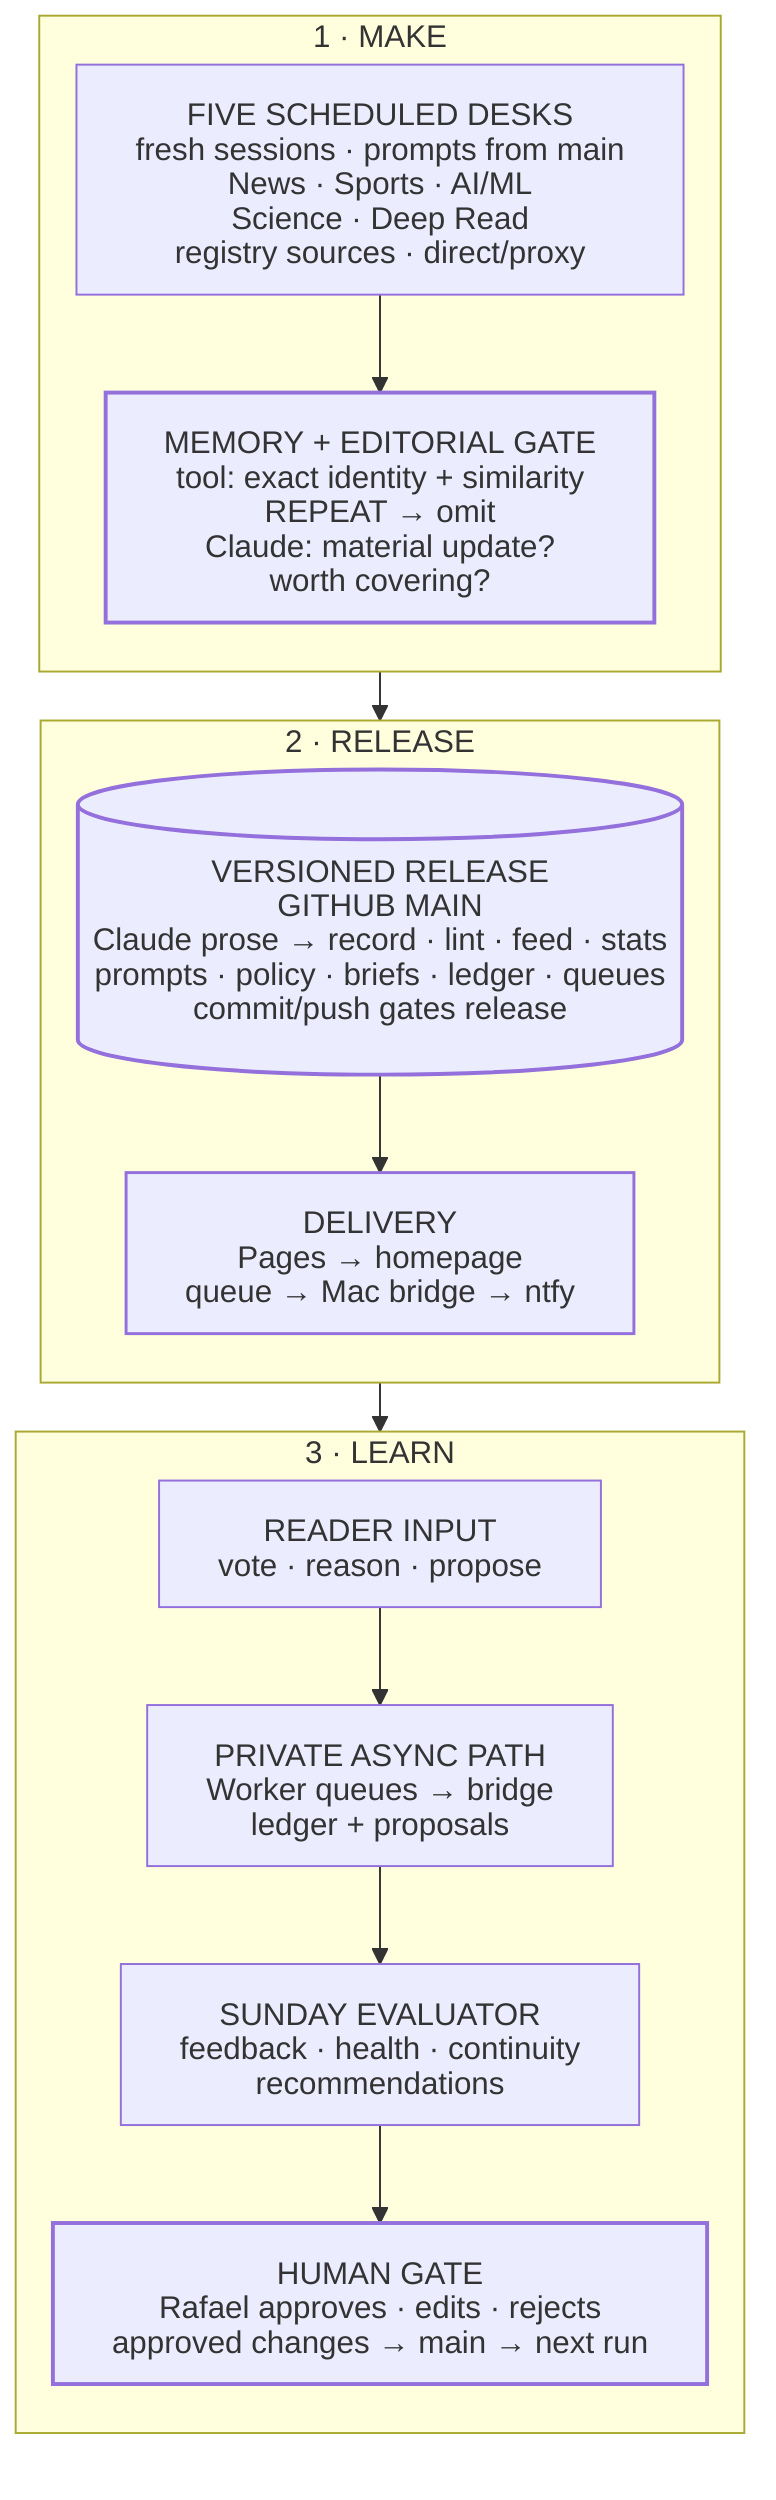
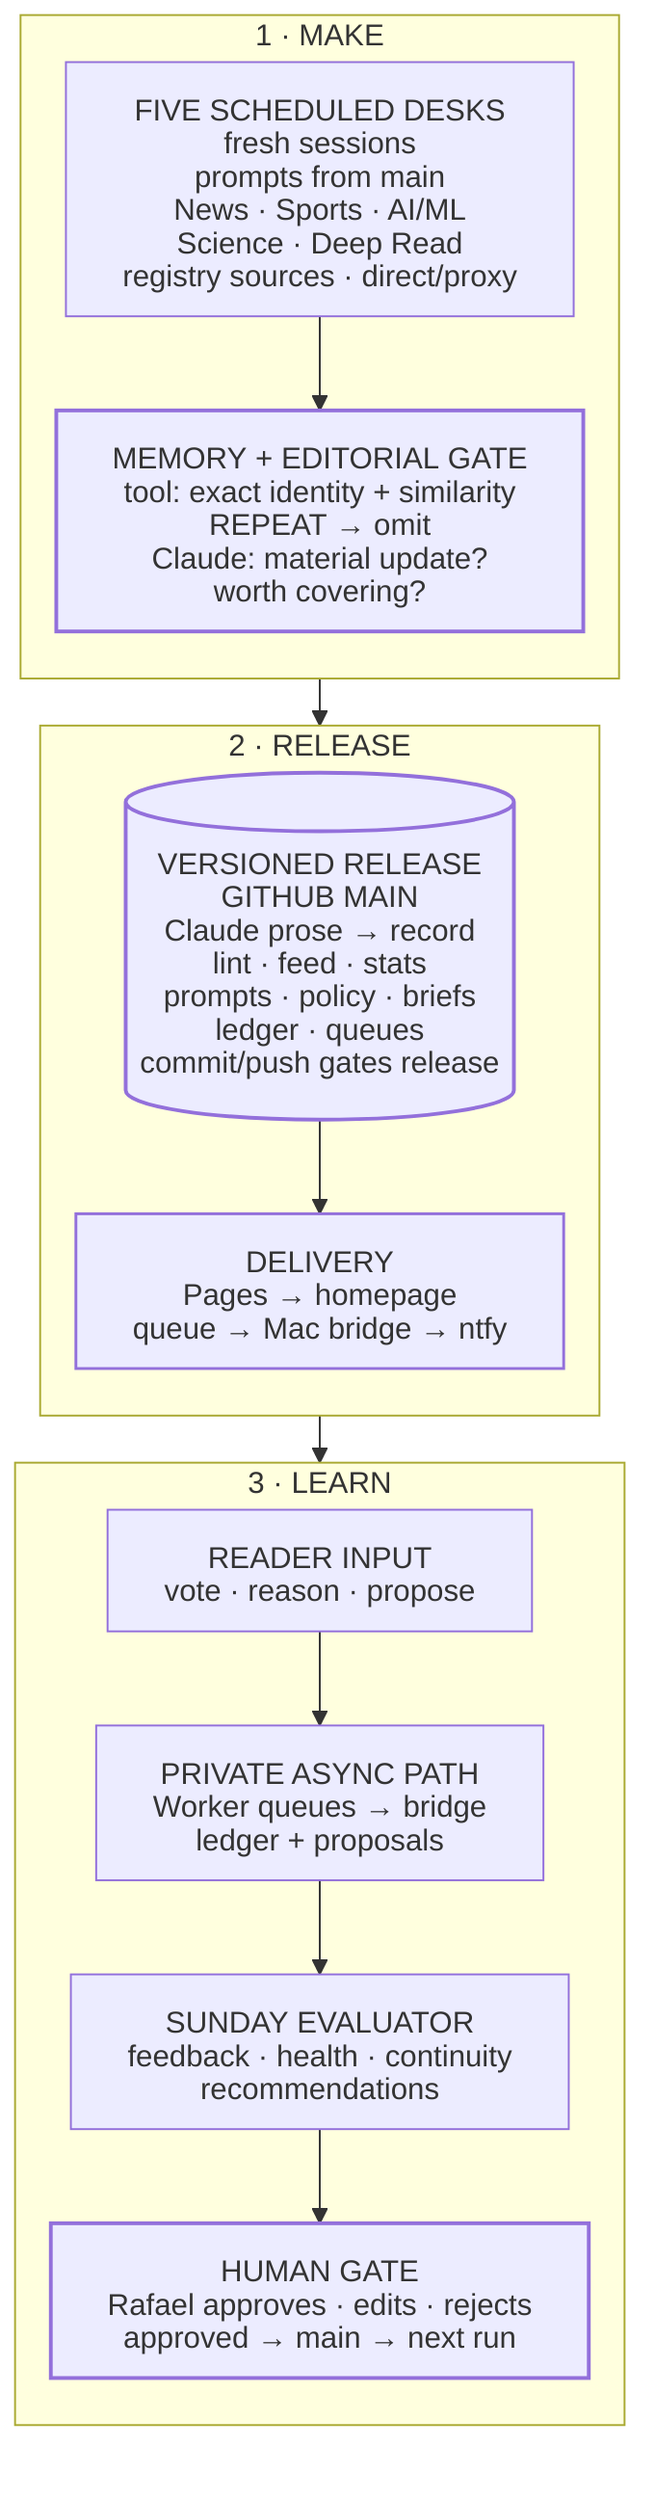
%% Narrow-screen counterpart to 06-public-how-it-works-wide.mmd.
%% Generated SVGs add xml:space="preserve" to native text so leading tspan spaces survive.
- %%{init: {"htmlLabels":false,"flowchart":{"curve":"linear","nodeSpacing":18,"rankSpacing":25,"wrappingWidth":320}}}%%
+ %% Line breaks are EXPLICIT (wrappingWidth is a never-hit ceiling) — auto-wrap orphans single words.
+ %%{init: {"htmlLabels":false,"flowchart":{"curve":"linear","nodeSpacing":18,"rankSpacing":25,"wrappingWidth":360}}}%%
flowchart TB
  subgraph make["1 · MAKE"]
    direction TB
-     research["FIVE SCHEDULED DESKS<br/>fresh sessions · prompts from main<br/>News · Sports · AI/ML<br/>Science · Deep Read<br/>registry sources · direct/proxy"]
+     research["FIVE SCHEDULED DESKS<br/>fresh sessions<br/>prompts from main<br/>News · Sports · AI/ML<br/>Science · Deep Read<br/>registry sources · direct/proxy"]
    memory["MEMORY + EDITORIAL GATE<br/>tool: exact identity + similarity<br/>REPEAT → omit<br/>Claude: material update?<br/>worth covering?"]
    research --> memory
  end

  subgraph release["2 · RELEASE"]
    direction TB
-     main[("VERSIONED RELEASE<br/>GITHUB MAIN<br/>Claude prose → record · lint · feed · stats<br/>prompts · policy · briefs · ledger · queues<br/>commit/push gates release")]
+     main[("VERSIONED RELEASE<br/>GITHUB MAIN<br/>Claude prose → record<br/>lint · feed · stats<br/>prompts · policy · briefs<br/>ledger · queues<br/>commit/push gates release")]
    delivery["DELIVERY<br/>Pages → homepage<br/>queue → Mac bridge → ntfy"]
    main --> delivery
  end

  subgraph learn["3 · LEARN"]
    direction TB
    reader["READER INPUT<br/>vote · reason · propose"]
    worker["PRIVATE ASYNC PATH<br/>Worker queues → bridge<br/>ledger + proposals"]
    evaluator["SUNDAY EVALUATOR<br/>feedback · health · continuity<br/>recommendations"]
-     gate["HUMAN GATE<br/>Rafael approves · edits · rejects<br/>approved changes → main → next run"]
+     gate["HUMAN GATE<br/>Rafael approves · edits · rejects<br/>approved → main → next run"]
    reader --> worker --> evaluator --> gate
  end

  memory --> main
  delivery --> reader

  class memory,main control;
  class gate human;
  class delivery output;
  classDef control stroke-width:2px;
  classDef human stroke-width:2px;
  classDef output stroke-width:1.5px;
